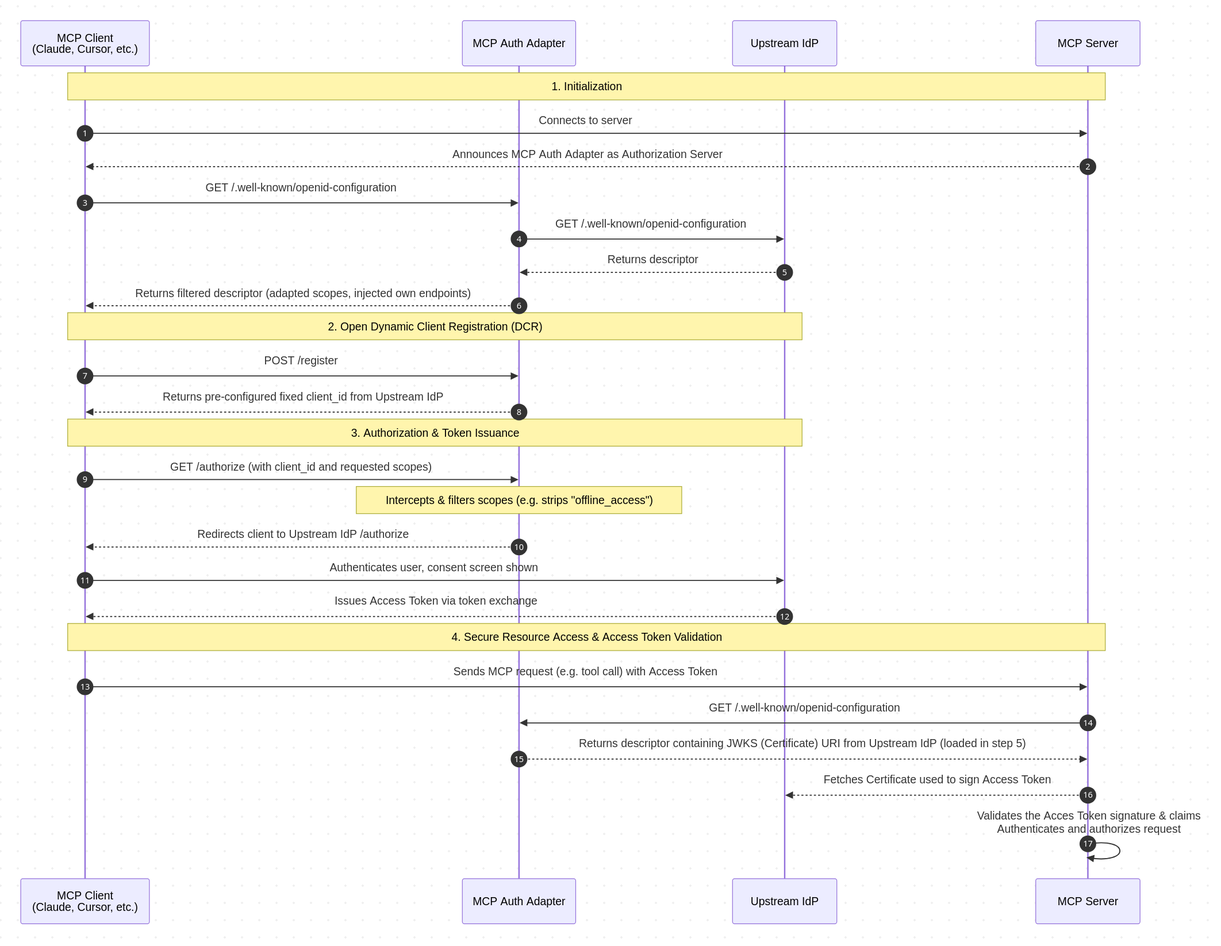
Above: docs/mcp_auth_adapter_flow_dcr_scopesfiltering.png in velias/mcp-auth-adapter (Mermaid), before the change. Its source is kept beside it as docs/mcp_auth_adapter_flow_dcr_scopesfiltering.mermaid. Source of this version:
```mermaid
sequenceDiagram
    autonumber
    participant Client as MCP Client<br/>(Claude, Cursor, etc.)
    participant Proxy as MCP Auth Adapter
    participant SSO as Upstream IdP
    participant MCPServer as MCP Server

    Note over Client, MCPServer: 1. Initialization
    Client->>MCPServer: Connects to server
    MCPServer-->>Client: Announces MCP Auth Adapter as Authorization Server
    Client->>Proxy: GET /.well-known/openid-configuration
    Proxy->>SSO: GET /.well-known/openid-configuration
    SSO-->>Proxy: Returns descriptor
    Proxy-->>Client: Returns filtered descriptor (adapted scopes, injected own endpoints)
    Note over Client, SSO: 2. Open Dynamic Client Registration (DCR)
    Client->>Proxy: POST /register
    Proxy-->>Client: Returns pre-configured fixed  client_id from Upstream IdP

    Note over Client, SSO: 3. Authorization & Token Issuance
    Client->>Proxy: GET /authorize (with client_id and  requested scopes)
    Note over Proxy: Intercepts & filters scopes (e.g. strips "offline_access")
    Proxy-->>Client: Redirects client to Upstream IdP  /authorize
    Client->>SSO: Authenticates user, consent screen shown
    SSO-->>Client: Issues Access Token via token exchange

    Note over Client, MCPServer: 4. Secure Resource Access & Access Token Validation
    Client->>MCPServer: Sends MCP request (e.g. tool call) with Access Token

    MCPServer->>Proxy: GET /.well-known/openid-configuration
    Proxy-->>MCPServer: Returns descriptor containing JWKS (Certificate) URI from Upstream IdP (loaded in step 5)
    MCPServer-->>SSO: Fetches Certificate used to sign Access Token
    MCPServer->>MCPServer: Validates the Acces Token signature & claims<br/>Authenticates and authorizes request
```
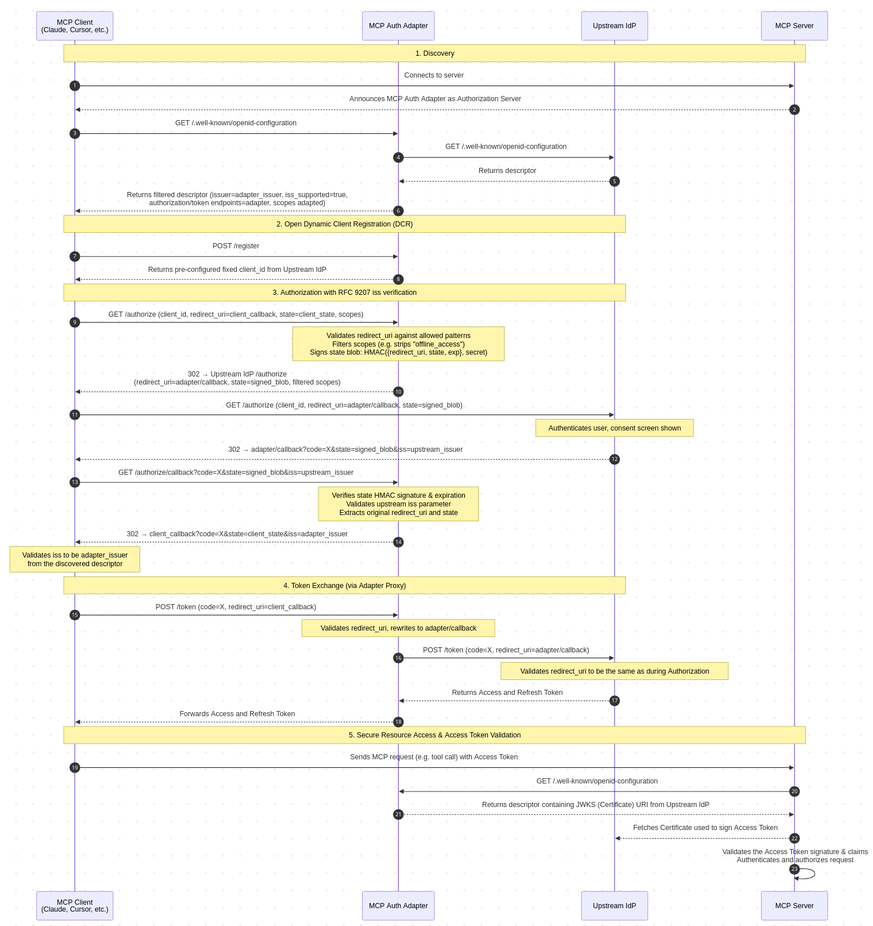
Later version of the same file.

Change to the diagram source:
```diff
@@ -5,28 +5,42 @@
     participant SSO as Upstream IdP
     participant MCPServer as MCP Server
 
-    Note over Client, MCPServer: 1. Initialization
+    Note over Client, MCPServer: 1. Discovery
     Client->>MCPServer: Connects to server
     MCPServer-->>Client: Announces MCP Auth Adapter as Authorization Server
     Client->>Proxy: GET /.well-known/openid-configuration
     Proxy->>SSO: GET /.well-known/openid-configuration
     SSO-->>Proxy: Returns descriptor
-    Proxy-->>Client: Returns filtered descriptor (adapted scopes, injected own endpoints)
+    Proxy-->>Client: Returns filtered descriptor (issuer=adapter_issuer, iss_supported=true,<br/>authorization/token endpoints=adapter, scopes adapted)
+
     Note over Client, SSO: 2. Open Dynamic Client Registration (DCR)
     Client->>Proxy: POST /register
-    Proxy-->>Client: Returns pre-configured fixed  client_id from Upstream IdP
+    Proxy-->>Client: Returns pre-configured fixed client_id from Upstream IdP
 
-    Note over Client, SSO: 3. Authorization & Token Issuance
-    Client->>Proxy: GET /authorize (with client_id and  requested scopes)
-    Note over Proxy: Intercepts & filters scopes (e.g. strips "offline_access")
-    Proxy-->>Client: Redirects client to Upstream IdP  /authorize
-    Client->>SSO: Authenticates user, consent screen shown
-    SSO-->>Client: Issues Access Token via token exchange
+    Note over Client, SSO: 3. Authorization with RFC 9207 iss verification
+    Client->>Proxy: GET /authorize (client_id, redirect_uri=client_callback, state=client_state, scopes)
+    Note over Proxy: Validates redirect_uri against allowed patterns<br/>Filters scopes (e.g. strips "offline_access")<br/>Signs state blob: HMAC({redirect_uri, state, exp}, secret)
+    Proxy-->>Client: 302 → Upstream IdP /authorize<br/>(redirect_uri=adapter/callback, state=signed_blob, filtered scopes)
+    Client->>SSO: GET /authorize (client_id, redirect_uri=adapter/callback, state=signed_blob)
+    Note over SSO: Authenticates user, consent screen shown
+    SSO-->>Client: 302 → adapter/callback?code=X&state=signed_blob&iss=upstream_issuer
 
-    Note over Client, MCPServer: 4. Secure Resource Access & Access Token Validation
+    Client->>Proxy: GET /authorize/callback?code=X&state=signed_blob&iss=upstream_issuer
+    Note over Proxy: Verifies state HMAC signature & expiration<br/>Validates upstream iss parameter<br/>Extracts original redirect_uri and state
+    Proxy-->>Client: 302 → client_callback?code=X&state=client_state&iss=adapter_issuer
+    Note over Client: Validates iss to be adapter_issuer<br/>from the discovered descriptor
+
+    Note over Client, SSO: 4. Token Exchange (via Adapter Proxy)
+    Client->>Proxy: POST /token (code=X, redirect_uri=client_callback)
+    Note over Proxy: Validates redirect_uri, rewrites to adapter/callback
+    Proxy->>SSO: POST /token (code=X, redirect_uri=adapter/callback)
+    Note over SSO: Validates redirect_uri to be the same as during Authorization
+    SSO-->>Proxy: Returns Access and Refresh Token
+    Proxy-->>Client: Forwards Access and Refresh Token
+
+    Note over Client, MCPServer: 5. Secure Resource Access & Access Token Validation
     Client->>MCPServer: Sends MCP request (e.g. tool call) with Access Token
-
     MCPServer->>Proxy: GET /.well-known/openid-configuration
-    Proxy-->>MCPServer: Returns descriptor containing JWKS (Certificate) URI from Upstream IdP (loaded in step 5)
+    Proxy-->>MCPServer: Returns descriptor containing JWKS (Certificate) URI from Upstream IdP
     MCPServer-->>SSO: Fetches Certificate used to sign Access Token
-    MCPServer->>MCPServer: Validates the Acces Token signature & claims<br/>Authenticates and authorizes request
+    MCPServer->>MCPServer: Validates the Access Token signature & claims<br/>Authenticates and authorizes request
```
